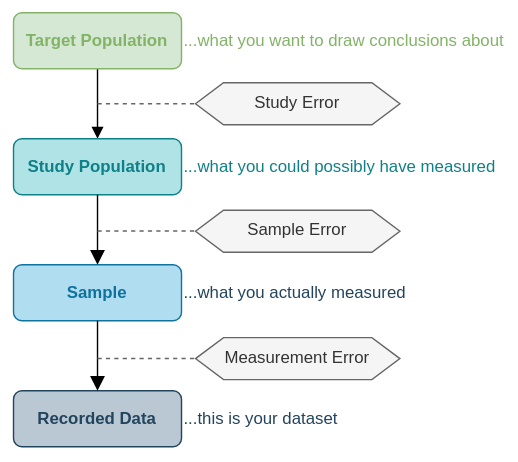
Earlier version of the draw.io export images/target-study-sample.svg (ntstevens/DATSC101). Source tidied: cells renumbered, new cells last; positions are measured from the earlier drawing's top-left corner, leaving out a move shared by most shapes.
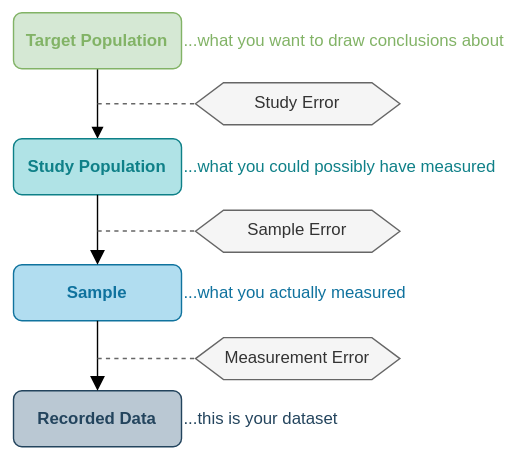
The same file after the commit.

What changed in the source:
```diff
@@ -66,7 +66,7 @@
     <mxCell id="17" value="&lt;span style=&quot;color: light-dark(rgb(15, 128, 136), rgb(15, 128, 136));&quot;&gt;...what you could possibly have measured&lt;/span&gt;" style="text;html=1;whiteSpace=wrap;strokeColor=none;fillColor=none;align=left;verticalAlign=middle;rounded=0;fontFamily=Helvetica;fontSize=12;fontColor=default;" parent="1" vertex="1">
       <mxGeometry x="130" y="105" width="240" height="30" as="geometry" />
     </mxCell>
-    <mxCell id="18" value="&lt;span style=&quot;color: light-dark(rgb(35, 68, 93), rgb(35, 68, 93));&quot;&gt;...what you actually measured&lt;/span&gt;" style="text;html=1;whiteSpace=wrap;strokeColor=none;fillColor=none;align=left;verticalAlign=middle;rounded=0;fontFamily=Helvetica;fontSize=12;fontColor=default;" parent="1" vertex="1">
+    <mxCell id="18" value="&lt;span style=&quot;color: light-dark(rgb(15, 114, 158), rgb(15, 114, 158));&quot;&gt;...what you actually measured&lt;/span&gt;" style="text;html=1;whiteSpace=wrap;strokeColor=none;fillColor=none;align=left;verticalAlign=middle;rounded=0;fontFamily=Helvetica;fontSize=12;fontColor=default;" parent="1" vertex="1">
       <mxGeometry x="130" y="195" width="240" height="30" as="geometry" />
     </mxCell>
     <mxCell id="19" value="...this is your dataset" style="text;html=1;whiteSpace=wrap;strokeColor=none;fillColor=none;align=left;verticalAlign=middle;rounded=0;fontFamily=Helvetica;fontSize=12;fontColor=light-dark(#23445D,#23445D);" parent="1" vertex="1">
```
